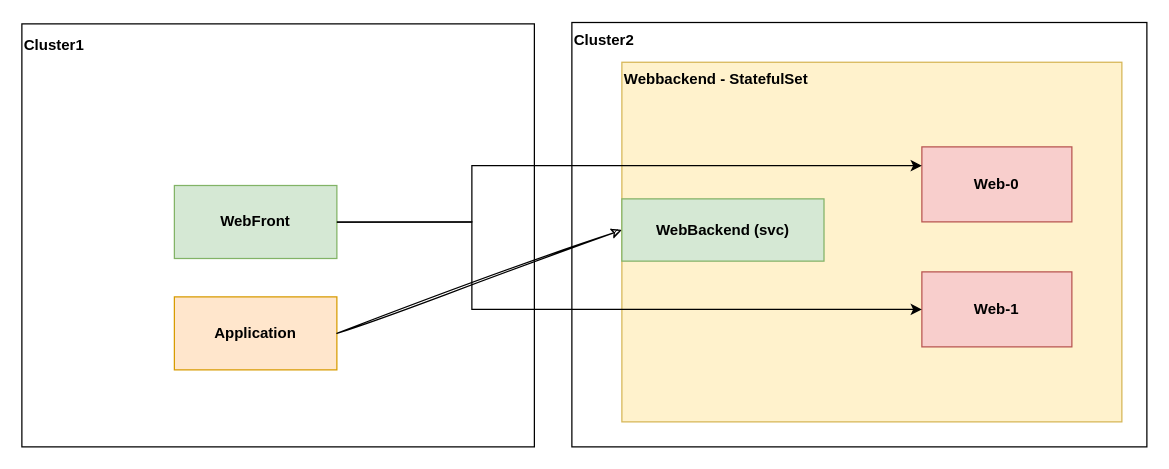
Earlier version of the draw.io diagram docs/overview.drawio (jlyshoel/statefulset-gloomesh-poc). Source tidied: cells renumbered, new cells numbered last; positions are measured from the earlier drawing's top-left corner, leaving out a move shared by most shapes. Both pictures are drawn from the tidied source at 125%, with x=0, y=0 at pixel (21, 21).
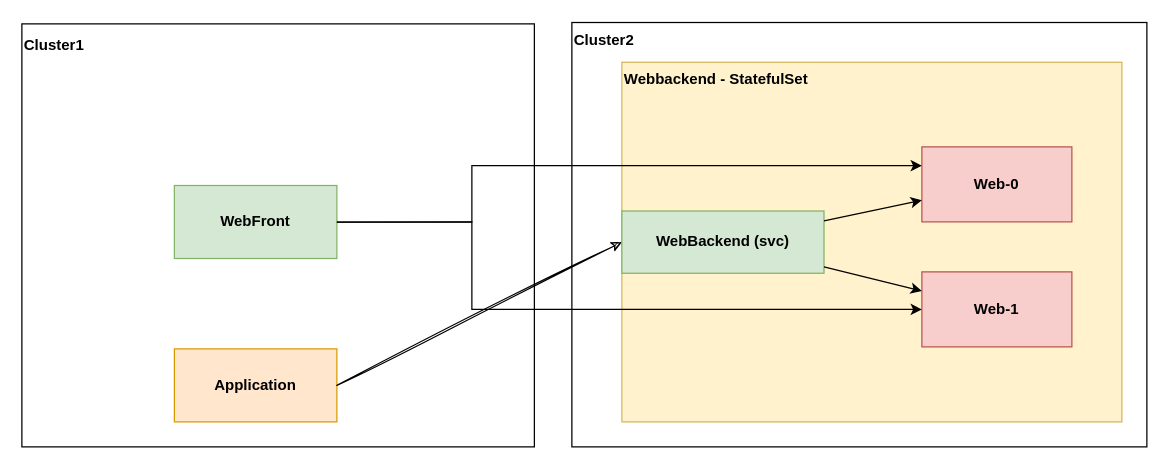
The same page after the edit.

Commit message (it also covers changes not shown here):
Added some missing arrows

The change refers to these unchanged cells:
```xml
<mxCell id="9" value="Web-0" style="rounded=0;whiteSpace=wrap;html=1;labelBackgroundColor=none;fillColor=#f8cecc;strokeColor=#b85450;fontStyle=1;" parent="1" vertex="1">
  <mxGeometry x="720" y="100" width="120" height="60" as="geometry" />
</mxCell>
<mxCell id="10" value="Web-1" style="rounded=0;whiteSpace=wrap;html=1;labelBackgroundColor=none;fillColor=#f8cecc;strokeColor=#b85450;fontStyle=1;" parent="1" vertex="1">
  <mxGeometry x="720" y="200" width="120" height="60" as="geometry" />
</mxCell>
```

Change to the diagram source:
```diff
@@
     <mxCell id="11" value="WebBackend (svc)" style="rounded=0;whiteSpace=wrap;html=1;labelBackgroundColor=none;fillColor=#d5e8d4;strokeColor=#82b366;fontStyle=1;" parent="1" vertex="1">
-      <mxGeometry x="480" y="141.6" width="161.7" height="49.8" as="geometry" />
+      <mxGeometry x="480" y="151.3" width="161.7" height="49.8" as="geometry" />
     </mxCell>
@@
     <mxCell id="14" value="Application" style="rounded=0;whiteSpace=wrap;html=1;labelBackgroundColor=none;fillColor=#ffe6cc;strokeColor=#d79b00;fontStyle=1;" parent="1" vertex="1">
-      <mxGeometry x="122" y="220" width="130" height="58.4" as="geometry" />
+      <mxGeometry x="122" y="261.6" width="130" height="58.4" as="geometry" />
     </mxCell>
@@
+    <mxCell id="16" style="endArrow=classic;html=1;rounded=0;" parent="1" edge="1" source="11" target="10">
+      <mxGeometry relative="1" as="geometry" />
+    </mxCell>
+    <mxCell id="17" style="endArrow=classic;html=1;rounded=0;" parent="1" edge="1" source="11" target="9">
+      <mxGeometry relative="1" as="geometry" />
+    </mxCell>
```
